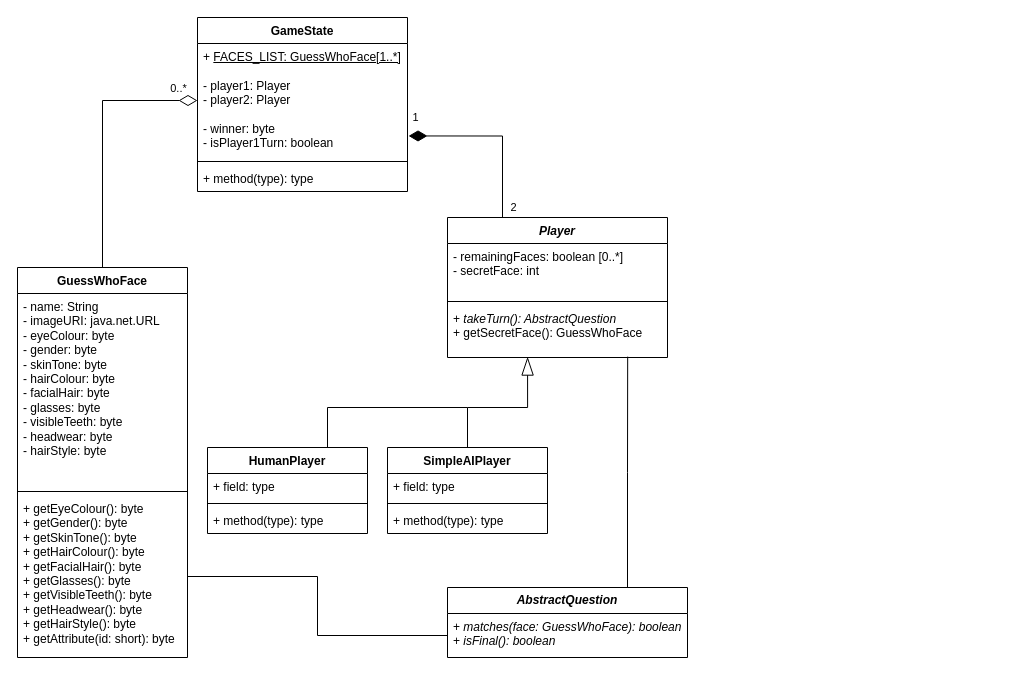
jgcodes2020/GSEGuessWho keeps this draw.io diagram as uml-diagram.drawio. Above is the earlier version. Source tidied: cells renumbered, new cells numbered last; positions are measured from the earlier drawing's top-left corner, leaving out a move shared by most shapes. Both pictures are drawn from the tidied source at 100%, with x=0, y=0 at pixel (17, 17).
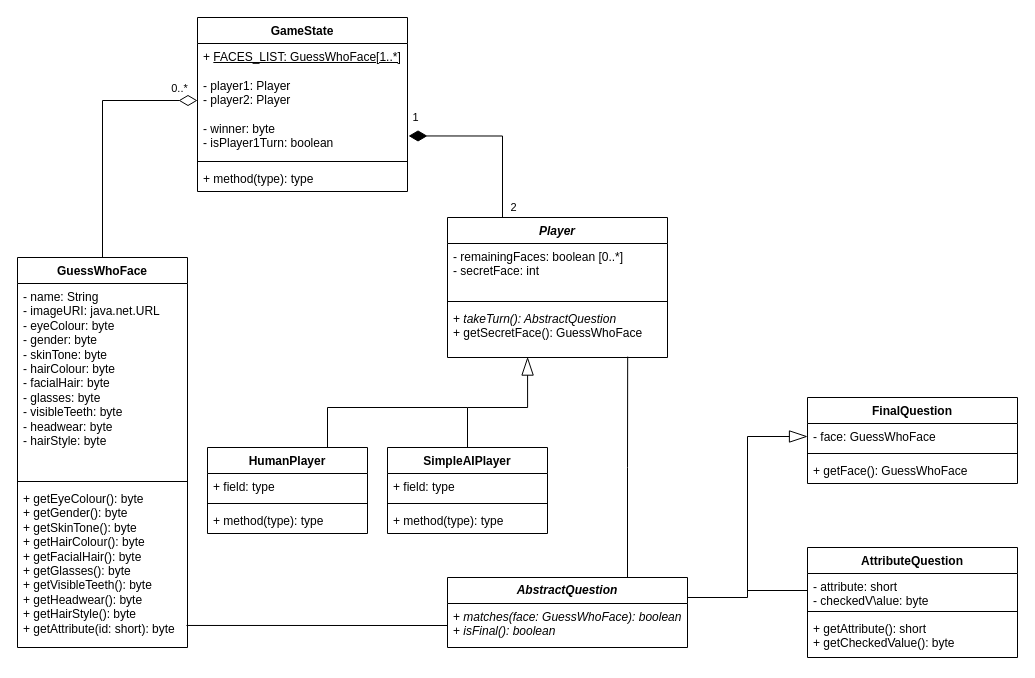
The same diagram, later.

Commit message:
Add Question subclasses

The change refers to these unchanged cells:
```xml
<mxCell id="7" value="+ getEyeColour(): byte&lt;br&gt;+ getGender(): byte&lt;br&gt;&lt;div&gt;+ getSkinTone(): byte&lt;/div&gt;&lt;div&gt;+ getHairColour(): byte&lt;/div&gt;&lt;div&gt;+ getFacialHair(): byte&lt;/div&gt;&lt;div&gt;+ getGlasses(): byte&lt;/div&gt;&lt;div&gt;+ getVisibleTeeth(): byte&lt;/div&gt;&lt;div&gt;+ getHeadwear(): byte&lt;/div&gt;&lt;div&gt;+ getHairStyle(): byte&lt;/div&gt;&lt;div&gt;+ getAttribute(id: short): byte&lt;br&gt;&lt;/div&gt;" style="text;strokeColor=none;fillColor=none;align=left;verticalAlign=top;spacingLeft=4;spacingRight=4;overflow=hidden;points=[[0,0.5],[1,0.5]];portConstraint=eastwest;whiteSpace=wrap;html=1;" parent="4" vertex="1">
  <mxGeometry y="228" width="170" height="162" as="geometry" />
</mxCell>
<mxCell id="29" value="&lt;div&gt;+ &lt;i&gt;matches(face: GuessWhoFace): boolean&lt;/i&gt;&lt;/div&gt;&lt;div&gt;+ &lt;i&gt;isFinal(): boolean&lt;/i&gt;&lt;br&gt;&lt;/div&gt;" style="text;strokeColor=none;fillColor=none;align=left;verticalAlign=top;spacingLeft=4;spacingRight=4;overflow=hidden;points=[[0,0.5],[1,0.5]];portConstraint=eastwest;whiteSpace=wrap;html=1;" parent="28" vertex="1">
  <mxGeometry y="26" width="240" height="44" as="geometry" />
</mxCell>
```

Change to the diagram source:
```diff
@@
     <mxCell id="4" value="GuessWhoFace" style="swimlane;fontStyle=1;align=center;verticalAlign=top;horizontal=1;startSize=26;whiteSpace=wrap;html=1;" parent="1" vertex="1">
-      <mxGeometry y="250" width="170" height="390" as="geometry" />
+      <mxGeometry y="240" width="170" height="390" as="geometry" />
     </mxCell>
@@
+    <mxCell id="33" style="edgeStyle=orthogonalEdgeStyle;rounded=0;jettySize=auto;html=1;exitX=1;exitY=0.25;exitDx=0;exitDy=0;entryX=0;entryY=0.5;entryDx=0;entryDy=0;endArrow=blockThin;endFill=0;endSize=16;" parent="1" edge="1" source="28" target="35">
+      <mxGeometry relative="1" as="geometry">
+        <Array as="points">
+          <mxPoint x="670" y="580" />
+          <mxPoint x="730" y="580" />
+          <mxPoint x="730" y="419" />
+        </Array>
+      </mxGeometry>
+    </mxCell>
     <mxCell id="28" value="&lt;b&gt;&lt;i&gt;AbstractQuestion&lt;/i&gt;&lt;/b&gt;" style="swimlane;fontStyle=0;horizontal=1;startSize=26;fillColor=none;whiteSpace=wrap;html=1;" parent="1" vertex="1">
-      <mxGeometry x="430" y="570" width="240" height="70" as="geometry" />
+      <mxGeometry x="430" y="560" width="240" height="70" as="geometry" />
     </mxCell>
@@
-    <mxCell id="32" style="edgeStyle=orthogonalEdgeStyle;rounded=0;jettySize=auto;html=1;exitX=0;exitY=0.5;exitDx=0;exitDy=0;entryX=1;entryY=0.5;entryDx=0;entryDy=0;endArrow=none;endFill=0;" parent="1" edge="1" source="29" target="7">
+    <mxCell id="32" style="rounded=0;jettySize=auto;html=1;exitX=0;exitY=0.5;exitDx=0;exitDy=0;entryX=0.994;entryY=0.864;entryDx=0;entryDy=0;entryPerimeter=0;endArrow=none;endFill=0;" parent="1" edge="1" source="29" target="7">
       <mxGeometry relative="1" as="geometry" />
     </mxCell>
+    <mxCell id="34" value="FinalQuestion" style="swimlane;fontStyle=1;align=center;verticalAlign=top;horizontal=1;startSize=26;whiteSpace=wrap;html=1;" parent="1" vertex="1">
+      <mxGeometry x="790" y="380" width="210" height="86" as="geometry" />
+    </mxCell>
+    <mxCell id="35" value="- face: GuessWhoFace" style="text;strokeColor=none;fillColor=none;align=left;verticalAlign=top;spacingLeft=4;spacingRight=4;overflow=hidden;points=[[0,0.5],[1,0.5]];portConstraint=eastwest;whiteSpace=wrap;html=1;" parent="34" vertex="1">
+      <mxGeometry y="26" width="210" height="26" as="geometry" />
+    </mxCell>
+    <mxCell id="36" style="line;strokeWidth=1;fillColor=none;align=left;verticalAlign=middle;spacingTop=-1;spacingLeft=3;spacingRight=3;labelPosition=right;strokeColor=inherit;" parent="34" vertex="1">
+      <mxGeometry y="52" width="210" height="8" as="geometry" />
+    </mxCell>
+    <mxCell id="37" value="+ getFace(): GuessWhoFace" style="text;strokeColor=none;fillColor=none;align=left;verticalAlign=top;spacingLeft=4;spacingRight=4;overflow=hidden;whiteSpace=wrap;html=1;" parent="34" vertex="1">
+      <mxGeometry y="60" width="210" height="26" as="geometry" />
+    </mxCell>
+    <mxCell id="38" value="AttributeQuestion" style="swimlane;fontStyle=1;align=center;verticalAlign=top;horizontal=1;startSize=26;whiteSpace=wrap;html=1;" parent="1" vertex="1">
+      <mxGeometry x="790" y="530" width="210" height="110" as="geometry" />
+    </mxCell>
+    <mxCell id="39" style="edgeStyle=orthogonalEdgeStyle;rounded=0;jettySize=auto;html=1;exitX=0;exitY=0.5;exitDx=0;exitDy=0;endArrow=none;endFill=0;" parent="38" edge="1" source="40">
+      <mxGeometry relative="1" as="geometry">
+        <mxPoint x="-60" y="43" as="targetPoint" />
+      </mxGeometry>
+    </mxCell>
+    <mxCell id="40" value="&lt;div&gt;- attribute: short&lt;/div&gt;&lt;div&gt;- checkedV\alue: byte&lt;br&gt;&lt;/div&gt;" style="text;strokeColor=none;fillColor=none;align=left;verticalAlign=top;spacingLeft=4;spacingRight=4;overflow=hidden;points=[[0,0.5],[1,0.5]];portConstraint=eastwest;whiteSpace=wrap;html=1;" parent="38" vertex="1">
+      <mxGeometry y="26" width="210" height="34" as="geometry" />
+    </mxCell>
+    <mxCell id="41" style="line;strokeWidth=1;fillColor=none;align=left;verticalAlign=middle;spacingTop=-1;spacingLeft=3;spacingRight=3;labelPosition=right;strokeColor=inherit;" parent="38" vertex="1">
+      <mxGeometry y="60" width="210" height="8" as="geometry" />
+    </mxCell>
+    <mxCell id="42" value="&lt;div&gt;+ getAttribute(): short&lt;/div&gt;&lt;div&gt;+ getCheckedValue(): byte&lt;br&gt;&lt;/div&gt;" style="text;strokeColor=none;fillColor=none;align=left;verticalAlign=top;spacingLeft=4;spacingRight=4;overflow=hidden;whiteSpace=wrap;html=1;" parent="38" vertex="1">
+      <mxGeometry y="68" width="210" height="42" as="geometry" />
+    </mxCell>
```
